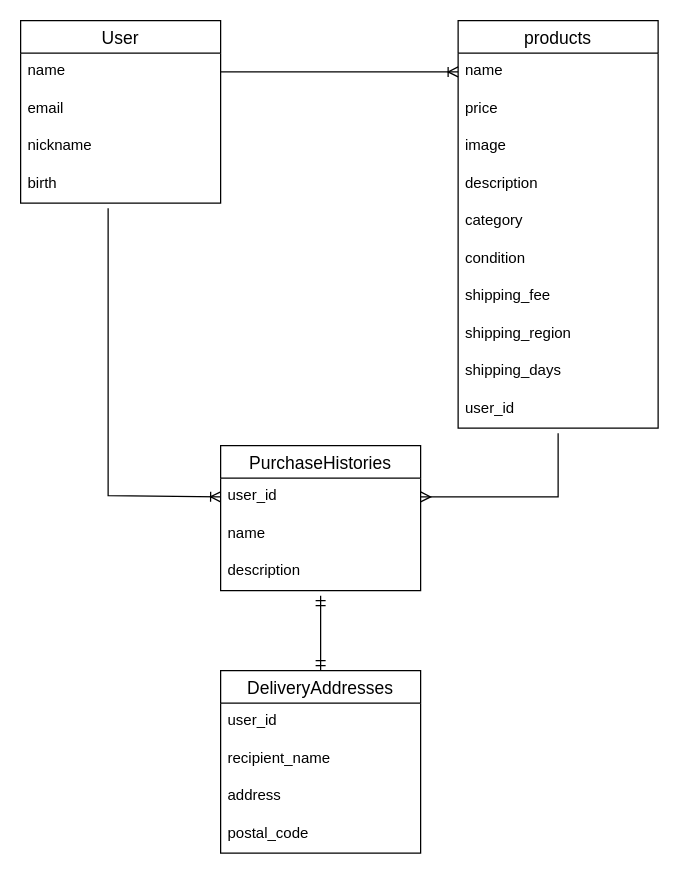
Earlier version of the draw.io diagram furima.dio (naka-nana/furima-40244). Source tidied: cells renumbered, new cells numbered last; positions are measured from the earlier drawing's top-left corner, leaving out a move shared by most shapes. Both pictures are drawn from the tidied source at 125%, with x=0, y=0 at pixel (20, 20).
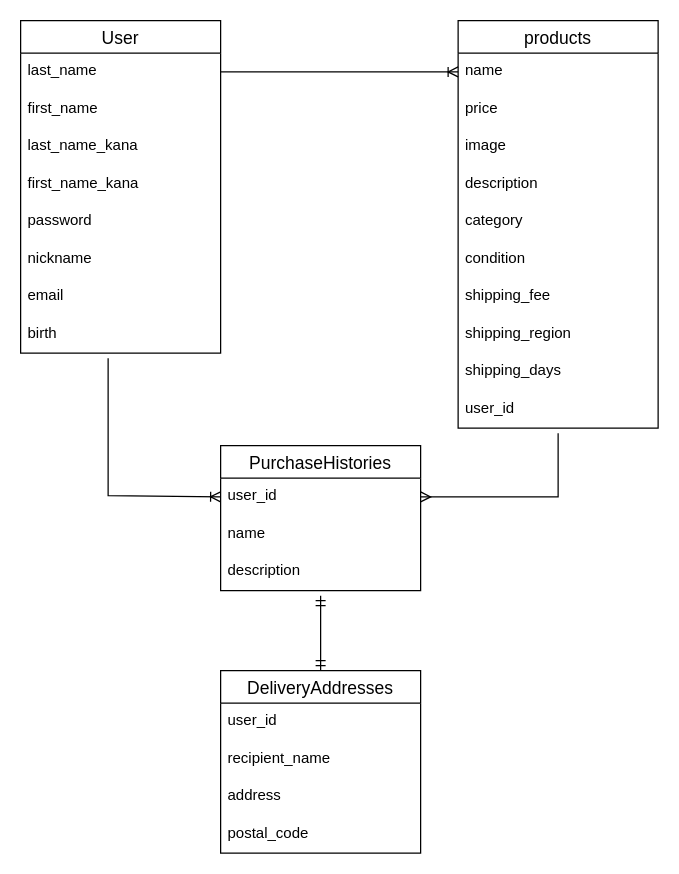
The same page after the edit.

Unchanged cells that the change refers to:
```xml
<mxCell id="19" value="user_id" style="text;strokeColor=none;fillColor=none;spacingLeft=4;spacingRight=4;overflow=hidden;points=[[0,0.5],[1,0.5]];portConstraint=eastwest;fontSize=12;" parent="18" vertex="1">
  <mxGeometry y="26" width="160" height="30" as="geometry" />
</mxCell>
```

The edit, as a diff of the source:
```diff
@@
     <mxCell id="13" value="User" style="swimlane;fontStyle=0;horizontal=1;startSize=26;align=center;fontSize=14;" parent="1" vertex="1">
-      <mxGeometry width="160" height="146" as="geometry" />
+      <mxGeometry width="160" height="266" as="geometry" />
     </mxCell>
-    <mxCell id="14" value="name" style="text;strokeColor=none;fillColor=none;spacingLeft=4;spacingRight=4;overflow=hidden;fontSize=12;" parent="13" vertex="1">
+    <mxCell id="14" value="last_name" style="text;strokeColor=none;fillColor=none;spacingLeft=4;spacingRight=4;overflow=hidden;fontSize=12;" parent="13" vertex="1">
       <mxGeometry y="26" width="160" height="30" as="geometry" />
     </mxCell>
+    <mxCell id="31" value="first_name" style="text;strokeColor=none;fillColor=none;spacingLeft=4;spacingRight=4;overflow=hidden;fontSize=12;" parent="13" vertex="1">
+      <mxGeometry y="56" width="160" height="30" as="geometry" />
+    </mxCell>
+    <mxCell id="17" value="last_name_kana" style="text;strokeColor=none;fillColor=none;spacingLeft=4;spacingRight=4;overflow=hidden;fontSize=12;" parent="13" vertex="1">
+      <mxGeometry y="86" width="160" height="30" as="geometry" />
+    </mxCell>
+    <mxCell id="32" value="first_name_kana" style="text;strokeColor=none;fillColor=none;spacingLeft=4;spacingRight=4;overflow=hidden;fontSize=12;" parent="13" vertex="1">
+      <mxGeometry y="116" width="160" height="30" as="geometry" />
+    </mxCell>
+    <mxCell id="33" value="password" style="text;strokeColor=none;fillColor=none;spacingLeft=4;spacingRight=4;overflow=hidden;fontSize=12;" parent="13" vertex="1">
+      <mxGeometry y="146" width="160" height="30" as="geometry" />
+    </mxCell>
+    <mxCell id="16" value="nickname" style="text;strokeColor=none;fillColor=none;spacingLeft=4;spacingRight=4;overflow=hidden;fontSize=12;" parent="13" vertex="1">
+      <mxGeometry y="176" width="160" height="30" as="geometry" />
+    </mxCell>
     <mxCell id="15" value="email " style="text;strokeColor=none;fillColor=none;spacingLeft=4;spacingRight=4;overflow=hidden;fontSize=12;" parent="13" vertex="1">
-      <mxGeometry y="56" width="160" height="30" as="geometry" />
+      <mxGeometry y="206" width="160" height="30" as="geometry" />
     </mxCell>
-    <mxCell id="16" value="nickname" style="text;strokeColor=none;fillColor=none;spacingLeft=4;spacingRight=4;overflow=hidden;fontSize=12;" parent="13" vertex="1">
-      <mxGeometry y="86" width="160" height="30" as="geometry" />
-    </mxCell>
-    <mxCell id="17" value="birth" style="text;strokeColor=none;fillColor=none;spacingLeft=4;spacingRight=4;overflow=hidden;fontSize=12;" parent="13" vertex="1">
-      <mxGeometry y="116" width="160" height="30" as="geometry" />
-    </mxCell>
+    <mxCell id="34" value="birth" style="text;strokeColor=none;fillColor=none;spacingLeft=4;spacingRight=4;overflow=hidden;fontSize=12;" parent="13" vertex="1">
+      <mxGeometry y="236" width="160" height="30" as="geometry" />
+    </mxCell>
@@
     <mxCell id="23" style="edgeStyle=orthogonalEdgeStyle;fontSize=12;html=1;endArrow=ERoneToMany;rounded=0;strokeColor=default;entryX=0;entryY=0.5;entryDx=0;entryDy=0;" parent="1" edge="1" target="19">
       <mxGeometry relative="1" as="geometry">
-        <mxPoint x="70" y="150" as="sourcePoint" />
+        <mxPoint x="70" y="270" as="sourcePoint" />
         <Array as="points">
           <mxPoint x="70" y="380" />
         </Array>
       </mxGeometry>
     </mxCell>
```
